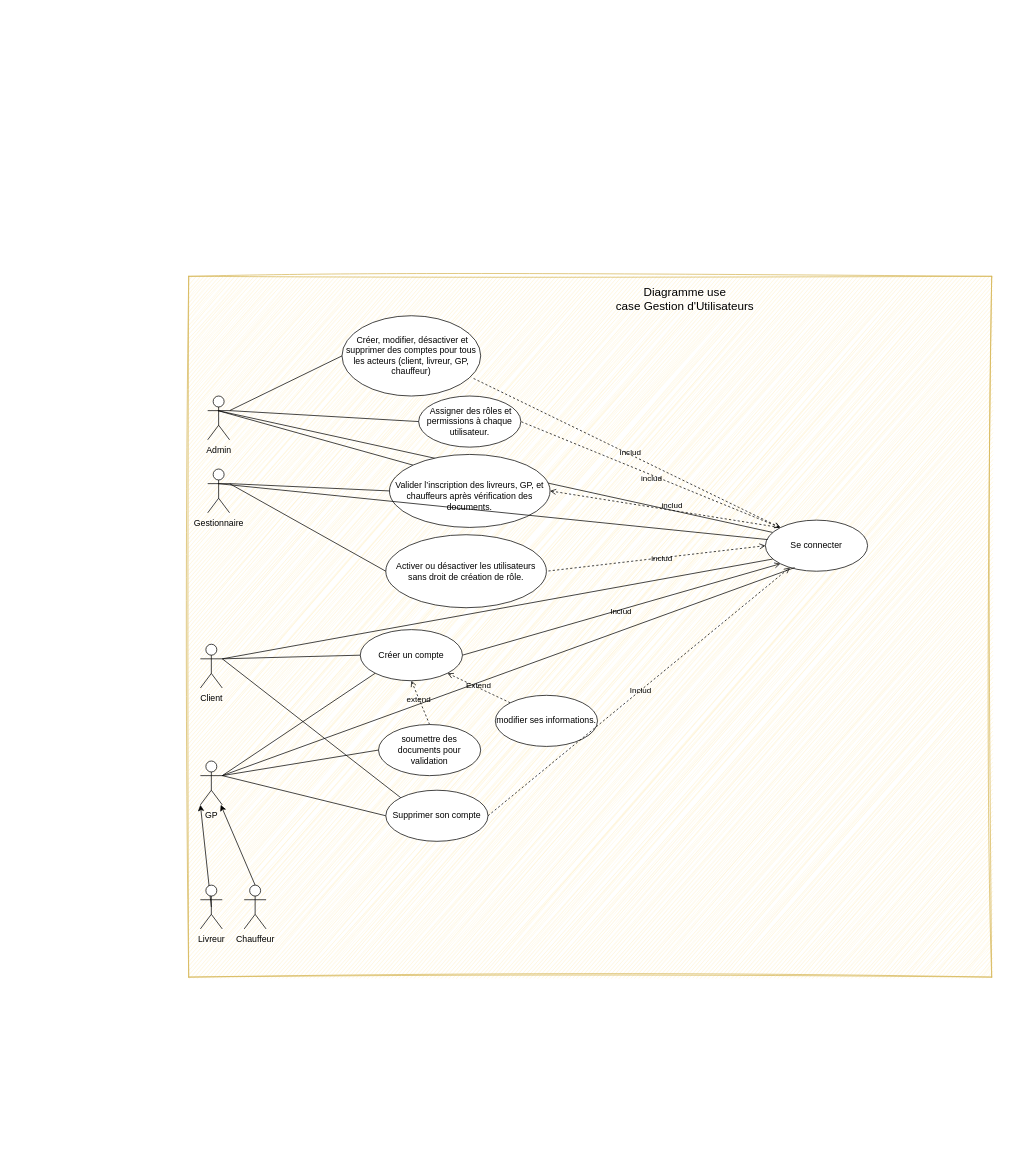
Above: page "UseCase" (2 of 6) of Diagramme sans nom.drawio in BounAbdallah/tuto (draw.io), before the change. Source tidied: cells renumbered, new cells numbered last; positions are measured from the earlier drawing's top-left corner, leaving out a move shared by most shapes. Both pictures are drawn from the tidied source at 73%, with x=0, y=0 at pixel (188, 276).
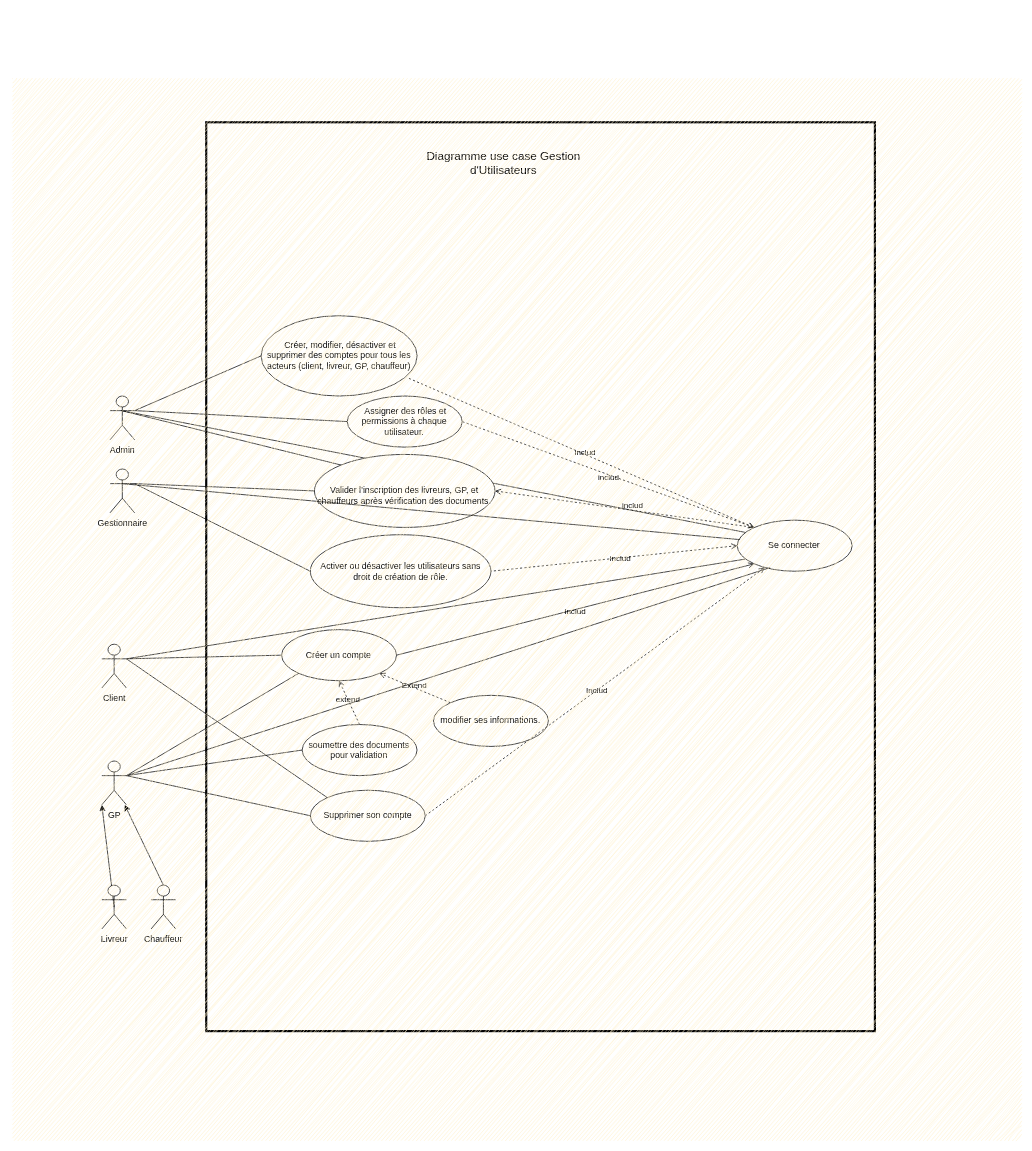
The same page after the edit.

Diff of the diagram source:
```diff
@@
+    <mxCell id="51" style="group;" parent="1" vertex="1">
+      <mxGeometry x="-241" y="-361" width="1380" height="1543" as="geometry" />
+    </mxCell>
+    <mxCell id="52" style="group;fillColor=none;strokeColor=none;rounded=0;gradientColor=none;" parent="51" vertex="1">
+      <mxGeometry x="26" width="1214" height="1456" as="geometry" />
+    </mxCell>
-    <mxCell id="2" style="group;fillColor=#fff2cc;strokeColor=#d6b656;sketch=1;curveFitting=1;jiggle=2;" parent="1" vertex="1">
-      <mxGeometry width="1100" height="960" as="geometry" />
+    <mxCell id="2" style="group;fillColor=none;strokeColor=#000000;rounded=0;gradientColor=none;strokeWidth=3;" parent="51" vertex="1">
+      <mxGeometry x="265" y="150" width="916" height="1245" as="geometry" />
     </mxCell>
-    <mxCell id="3" value="&amp;nbsp;Créer, modifier, désactiver et supprimer des comptes pour tous les acteurs (client, livreur, GP, chauffeur)" style="ellipse;whiteSpace=wrap;html=1;" parent="2" vertex="1">
-      <mxGeometry x="210" y="54" width="190" height="110" as="geometry" />
+    <mxCell id="3" value="&amp;nbsp;Créer, modifier, désactiver et supprimer des comptes pour tous les acteurs (client, livreur, GP, chauffeur)" style="ellipse;whiteSpace=wrap;html=1;" parent="51" vertex="1">
+      <mxGeometry x="340.2" y="415" width="213.7" height="110" as="geometry" />
     </mxCell>
-    <mxCell id="4" style="rounded=0;jettySize=auto;html=1;exitX=0;exitY=0;exitDx=0;exitDy=0;entryX=0.934;entryY=0.769;entryDx=0;entryDy=0;endArrow=none;endFill=0;dashed=1;entryPerimeter=0;startArrow=open;startFill=0;" parent="2" edge="1" source="9" target="3">
+    <mxCell id="4" style="rounded=0;jettySize=auto;html=1;exitX=0;exitY=0;exitDx=0;exitDy=0;entryX=0.934;entryY=0.769;entryDx=0;entryDy=0;endArrow=none;endFill=0;dashed=1;entryPerimeter=0;startArrow=open;startFill=0;" parent="51" edge="1" source="9" target="3">
       <mxGeometry relative="1" as="geometry" />
     </mxCell>
@@
-    <mxCell id="6" style="rounded=0;jettySize=auto;html=1;exitX=0;exitY=0.5;exitDx=0;exitDy=0;entryX=1;entryY=0.5;entryDx=0;entryDy=0;startArrow=open;startFill=0;endArrow=none;endFill=0;dashed=1;" parent="2" edge="1" source="9" target="34">
+    <mxCell id="6" style="rounded=0;jettySize=auto;html=1;exitX=0;exitY=0.5;exitDx=0;exitDy=0;entryX=1;entryY=0.5;entryDx=0;entryDy=0;startArrow=open;startFill=0;endArrow=none;endFill=0;dashed=1;" parent="51" edge="1" source="9" target="34">
       <mxGeometry relative="1" as="geometry" />
     </mxCell>
@@
-    <mxCell id="8" style="rounded=0;jettySize=auto;html=1;exitX=0.072;exitY=0.241;exitDx=0;exitDy=0;endArrow=none;endFill=0;exitPerimeter=0;" parent="2" edge="1" source="9">
+    <mxCell id="8" style="rounded=0;jettySize=auto;html=1;exitX=0.072;exitY=0.241;exitDx=0;exitDy=0;endArrow=none;endFill=0;exitPerimeter=0;" parent="51" edge="1" source="9">
       <mxGeometry relative="1" as="geometry">
-        <mxPoint x="40" y="184" as="targetPoint" />
+        <mxPoint x="149" y="545" as="targetPoint" />
       </mxGeometry>
     </mxCell>
-    <mxCell id="9" value="Se connecter" style="ellipse;whiteSpace=wrap;html=1;" parent="2" vertex="1">
-      <mxGeometry x="790" y="334" width="140" height="70" as="geometry" />
+    <mxCell id="9" value="Se connecter" style="ellipse;whiteSpace=wrap;html=1;" parent="51" vertex="1">
+      <mxGeometry x="992.4" y="695" width="157.4" height="70" as="geometry" />
     </mxCell>
-    <mxCell id="10" style="rounded=0;jettySize=auto;html=1;exitX=0;exitY=0;exitDx=0;exitDy=0;endArrow=none;endFill=0;" parent="2" edge="1" source="13">
+    <mxCell id="10" style="rounded=0;jettySize=auto;html=1;exitX=0;exitY=0;exitDx=0;exitDy=0;endArrow=none;endFill=0;" parent="51" edge="1" source="13">
       <mxGeometry relative="1" as="geometry">
-        <mxPoint x="40" y="184" as="targetPoint" />
+        <mxPoint x="149" y="545" as="targetPoint" />
       </mxGeometry>
     </mxCell>
-    <mxCell id="11" style="rounded=0;jettySize=auto;html=1;exitX=1;exitY=0.5;exitDx=0;exitDy=0;entryX=0;entryY=0;entryDx=0;entryDy=0;startArrow=open;startFill=0;dashed=1;endArrow=none;endFill=0;" parent="2" edge="1" source="13" target="9">
+    <mxCell id="11" style="rounded=0;jettySize=auto;html=1;exitX=1;exitY=0.5;exitDx=0;exitDy=0;entryX=0;entryY=0;entryDx=0;entryDy=0;startArrow=open;startFill=0;dashed=1;endArrow=none;endFill=0;" parent="51" edge="1" source="13" target="9">
       <mxGeometry relative="1" as="geometry" />
     </mxCell>
@@
-    <mxCell id="13" value="&lt;div&gt;&lt;br&gt;&lt;/div&gt;&lt;div&gt;&lt;br&gt;&lt;/div&gt;&lt;div&gt;Valider l’inscription des livreurs, GP, et chauffeurs après vérification des documents.&lt;/div&gt;&lt;div&gt;&lt;br&gt;&lt;/div&gt;" style="ellipse;whiteSpace=wrap;html=1;" parent="2" vertex="1">
-      <mxGeometry x="275" y="244" width="220" height="100" as="geometry" />
+    <mxCell id="13" value="&lt;div&gt;&lt;br&gt;&lt;/div&gt;&lt;div&gt;&lt;br&gt;&lt;/div&gt;&lt;div&gt;Valider l’inscription des livreurs, GP, et chauffeurs après vérification des documents.&lt;/div&gt;&lt;div&gt;&lt;br&gt;&lt;/div&gt;" style="ellipse;whiteSpace=wrap;html=1;" parent="51" vertex="1">
+      <mxGeometry x="413.2" y="605" width="247.4" height="100" as="geometry" />
     </mxCell>
-    <mxCell id="14" value="&amp;nbsp;Assigner des rôles et permissions à chaque utilisateur." style="ellipse;whiteSpace=wrap;html=1;" parent="2" vertex="1">
-      <mxGeometry x="315" y="164" width="140" height="70" as="geometry" />
+    <mxCell id="14" value="&amp;nbsp;Assigner des rôles et permissions à chaque utilisateur." style="ellipse;whiteSpace=wrap;html=1;" parent="51" vertex="1">
+      <mxGeometry x="458.2" y="525" width="157.4" height="70" as="geometry" />
     </mxCell>
-    <mxCell id="15" style="rounded=0;jettySize=auto;html=1;exitX=1;exitY=0.5;exitDx=0;exitDy=0;entryX=0;entryY=1;entryDx=0;entryDy=0;endArrow=open;endFill=0;startArrow=none;startFill=0;" parent="2" edge="1" source="17" target="9">
+    <mxCell id="15" style="rounded=0;jettySize=auto;html=1;exitX=1;exitY=0.5;exitDx=0;exitDy=0;entryX=0;entryY=1;entryDx=0;entryDy=0;endArrow=open;endFill=0;startArrow=none;startFill=0;" parent="51" edge="1" source="17" target="9">
       <mxGeometry relative="1" as="geometry" />
     </mxCell>
@@
-    <mxCell id="17" value="Créer un compte" style="ellipse;whiteSpace=wrap;html=1;" parent="2" vertex="1">
-      <mxGeometry x="235" y="484" width="140" height="70" as="geometry" />
+    <mxCell id="17" value="Créer un compte" style="ellipse;whiteSpace=wrap;html=1;" parent="51" vertex="1">
+      <mxGeometry x="368.3" y="845" width="157.4" height="70" as="geometry" />
     </mxCell>
-    <mxCell id="18" style="rounded=0;jettySize=auto;html=1;exitX=1;exitY=0.3333333333333333;exitDx=0;exitDy=0;exitPerimeter=0;entryX=0;entryY=0.5;entryDx=0;entryDy=0;endArrow=none;endFill=0;" parent="2" edge="1" source="19" target="3">
+    <mxCell id="18" style="rounded=0;jettySize=auto;html=1;exitX=1;exitY=0.3333333333333333;exitDx=0;exitDy=0;exitPerimeter=0;entryX=0;entryY=0.5;entryDx=0;entryDy=0;endArrow=none;endFill=0;" parent="51" edge="1" source="19" target="3">
       <mxGeometry relative="1" as="geometry" />
     </mxCell>
-    <mxCell id="19" value="Admin" style="shape=umlActor;html=1;verticalLabelPosition=bottom;verticalAlign=top;align=center;" parent="2" vertex="1">
-      <mxGeometry x="26" y="164" width="30" height="60" as="geometry" />
+    <mxCell id="19" value="Admin" style="shape=umlActor;html=1;verticalLabelPosition=bottom;verticalAlign=top;align=center;" parent="51" vertex="1">
+      <mxGeometry x="133.2" y="525" width="33.7" height="60" as="geometry" />
     </mxCell>
-    <mxCell id="20" style="rounded=0;jettySize=auto;html=1;exitX=0;exitY=0;exitDx=0;exitDy=0;entryX=1;entryY=0.5;entryDx=0;entryDy=0;endArrow=none;endFill=0;dashed=1;startArrow=open;startFill=0;" parent="2" edge="1" source="9" target="14">
+    <mxCell id="20" style="rounded=0;jettySize=auto;html=1;exitX=0;exitY=0;exitDx=0;exitDy=0;entryX=1;entryY=0.5;entryDx=0;entryDy=0;endArrow=none;endFill=0;dashed=1;startArrow=open;startFill=0;" parent="51" edge="1" source="9" target="14">
       <mxGeometry relative="1" as="geometry" />
     </mxCell>
@@
-    <mxCell id="22" value="&lt;font style=&quot;font-size: 16px;&quot;&gt;Diagramme use case&amp;nbsp;&lt;/font&gt;&lt;span style=&quot;background-color: initial; font-size: 16px;&quot;&gt;Gestion d'Utilisateurs&lt;/span&gt;&lt;div&gt;&lt;br&gt;&lt;/div&gt;" style="text;html=1;align=center;verticalAlign=middle;whiteSpace=wrap;rounded=0;" parent="2" vertex="1">
-      <mxGeometry x="580" y="24" width="200" height="30" as="geometry" />
+    <mxCell id="22" value="&lt;font style=&quot;font-size: 16px;&quot;&gt;Diagramme use case&amp;nbsp;&lt;/font&gt;&lt;span style=&quot;background-color: initial; font-size: 16px;&quot;&gt;Gestion d'Utilisateurs&lt;/span&gt;&lt;div&gt;&lt;br&gt;&lt;/div&gt;" style="text;html=1;align=center;verticalAlign=middle;whiteSpace=wrap;rounded=0;" parent="51" vertex="1">
+      <mxGeometry x="560" y="198" width="224.9" height="30" as="geometry" />
     </mxCell>
-    <mxCell id="23" style="rounded=0;jettySize=auto;html=1;exitX=1;exitY=0.3333333333333333;exitDx=0;exitDy=0;exitPerimeter=0;entryX=0;entryY=0.5;entryDx=0;entryDy=0;endArrow=none;endFill=0;" parent="2" edge="1" source="24" target="13">
+    <mxCell id="23" style="rounded=0;jettySize=auto;html=1;exitX=1;exitY=0.3333333333333333;exitDx=0;exitDy=0;exitPerimeter=0;entryX=0;entryY=0.5;entryDx=0;entryDy=0;endArrow=none;endFill=0;" parent="51" edge="1" source="24" target="13">
       <mxGeometry relative="1" as="geometry" />
     </mxCell>
-    <mxCell id="24" value="Gestionnaire" style="shape=umlActor;html=1;verticalLabelPosition=bottom;verticalAlign=top;align=center;" parent="2" vertex="1">
-      <mxGeometry x="26" y="264" width="30" height="60" as="geometry" />
+    <mxCell id="24" value="Gestionnaire" style="shape=umlActor;html=1;verticalLabelPosition=bottom;verticalAlign=top;align=center;" parent="51" vertex="1">
+      <mxGeometry x="133.2" y="625" width="33.7" height="60" as="geometry" />
     </mxCell>
-    <mxCell id="25" style="rounded=0;jettySize=auto;html=1;exitX=1;exitY=0.3333333333333333;exitDx=0;exitDy=0;exitPerimeter=0;entryX=0;entryY=0.5;entryDx=0;entryDy=0;endArrow=none;endFill=0;" parent="2" edge="1" source="26" target="17">
+    <mxCell id="25" style="rounded=0;jettySize=auto;html=1;exitX=1;exitY=0.3333333333333333;exitDx=0;exitDy=0;exitPerimeter=0;entryX=0;entryY=0.5;entryDx=0;entryDy=0;endArrow=none;endFill=0;" parent="51" edge="1" source="26" target="17">
       <mxGeometry relative="1" as="geometry" />
     </mxCell>
-    <mxCell id="26" value="Client" style="shape=umlActor;html=1;verticalLabelPosition=bottom;verticalAlign=top;align=center;" parent="2" vertex="1">
-      <mxGeometry x="16" y="504" width="30" height="60" as="geometry" />
+    <mxCell id="26" value="Client" style="shape=umlActor;html=1;verticalLabelPosition=bottom;verticalAlign=top;align=center;" parent="51" vertex="1">
+      <mxGeometry x="122" y="865" width="33.7" height="60" as="geometry" />
     </mxCell>
-    <mxCell id="27" style="rounded=0;jettySize=auto;html=1;exitX=1;exitY=0.3333333333333333;exitDx=0;exitDy=0;exitPerimeter=0;entryX=0;entryY=1;entryDx=0;entryDy=0;endArrow=none;endFill=0;" parent="2" edge="1" source="30" target="17">
+    <mxCell id="27" style="rounded=0;jettySize=auto;html=1;exitX=1;exitY=0.3333333333333333;exitDx=0;exitDy=0;exitPerimeter=0;entryX=0;entryY=1;entryDx=0;entryDy=0;endArrow=none;endFill=0;" parent="51" edge="1" source="30" target="17">
       <mxGeometry relative="1" as="geometry" />
     </mxCell>
-    <mxCell id="28" style="rounded=0;jettySize=auto;html=1;exitX=1;exitY=0.3333333333333333;exitDx=0;exitDy=0;exitPerimeter=0;entryX=0;entryY=0.5;entryDx=0;entryDy=0;endArrow=none;endFill=0;" parent="2" edge="1" source="30" target="44">
+    <mxCell id="28" style="rounded=0;jettySize=auto;html=1;exitX=1;exitY=0.3333333333333333;exitDx=0;exitDy=0;exitPerimeter=0;entryX=0;entryY=0.5;entryDx=0;entryDy=0;endArrow=none;endFill=0;" parent="51" edge="1" source="30" target="44">
       <mxGeometry relative="1" as="geometry" />
     </mxCell>
-    <mxCell id="29" style="rounded=0;jettySize=auto;html=1;exitX=1;exitY=0.3333333333333333;exitDx=0;exitDy=0;exitPerimeter=0;entryX=0;entryY=0.5;entryDx=0;entryDy=0;endArrow=none;endFill=0;" parent="2" edge="1" source="30" target="49">
+    <mxCell id="29" style="rounded=0;jettySize=auto;html=1;exitX=1;exitY=0.3333333333333333;exitDx=0;exitDy=0;exitPerimeter=0;entryX=0;entryY=0.5;entryDx=0;entryDy=0;endArrow=none;endFill=0;" parent="51" edge="1" source="30" target="49">
       <mxGeometry relative="1" as="geometry" />
     </mxCell>
-    <mxCell id="30" value="GP" style="shape=umlActor;html=1;verticalLabelPosition=bottom;verticalAlign=top;align=center;" parent="2" vertex="1">
-      <mxGeometry x="16" y="664" width="30" height="60" as="geometry" />
+    <mxCell id="30" value="GP" style="shape=umlActor;html=1;verticalLabelPosition=bottom;verticalAlign=top;align=center;" parent="51" vertex="1">
+      <mxGeometry x="122" y="1025" width="33.7" height="60" as="geometry" />
     </mxCell>
-    <mxCell id="31" style="rounded=0;jettySize=auto;html=1;exitX=0.5;exitY=0.5;exitDx=0;exitDy=0;exitPerimeter=0;entryX=0;entryY=1;entryDx=0;entryDy=0;entryPerimeter=0;" parent="2" edge="1" source="32" target="30">
+    <mxCell id="31" style="rounded=0;jettySize=auto;html=1;exitX=0.5;exitY=0.5;exitDx=0;exitDy=0;exitPerimeter=0;entryX=0;entryY=1;entryDx=0;entryDy=0;entryPerimeter=0;" parent="51" edge="1" source="32" target="30">
       <mxGeometry relative="1" as="geometry" />
     </mxCell>
-    <mxCell id="32" value="Livreur" style="shape=umlActor;html=1;verticalLabelPosition=bottom;verticalAlign=top;align=center;" parent="2" vertex="1">
-      <mxGeometry x="16" y="834" width="30" height="60" as="geometry" />
+    <mxCell id="32" value="Livreur" style="shape=umlActor;html=1;verticalLabelPosition=bottom;verticalAlign=top;align=center;" parent="51" vertex="1">
+      <mxGeometry x="122" y="1195" width="33.7" height="60" as="geometry" />
     </mxCell>
-    <mxCell id="33" style="rounded=0;jettySize=auto;html=1;exitX=0;exitY=0.5;exitDx=0;exitDy=0;entryX=1;entryY=0.3333333333333333;entryDx=0;entryDy=0;entryPerimeter=0;endArrow=none;endFill=0;" parent="2" edge="1" source="14" target="19">
+    <mxCell id="33" style="rounded=0;jettySize=auto;html=1;exitX=0;exitY=0.5;exitDx=0;exitDy=0;entryX=1;entryY=0.3333333333333333;entryDx=0;entryDy=0;entryPerimeter=0;endArrow=none;endFill=0;" parent="51" edge="1" source="14" target="19">
       <mxGeometry relative="1" as="geometry" />
     </mxCell>
-    <mxCell id="34" value="&lt;div&gt;&lt;span style=&quot;background-color: initial;&quot;&gt;Activer ou désactiver les utilisateurs sans droit de création de rôle.&lt;/span&gt;&lt;br&gt;&lt;/div&gt;" style="ellipse;whiteSpace=wrap;html=1;" parent="2" vertex="1">
-      <mxGeometry x="270" y="354" width="220" height="100" as="geometry" />
+    <mxCell id="34" value="&lt;div&gt;&lt;span style=&quot;background-color: initial;&quot;&gt;Activer ou désactiver les utilisateurs sans droit de création de rôle.&lt;/span&gt;&lt;br&gt;&lt;/div&gt;" style="ellipse;whiteSpace=wrap;html=1;" parent="51" vertex="1">
+      <mxGeometry x="407.6" y="715" width="247.4" height="100" as="geometry" />
     </mxCell>
-    <mxCell id="35" style="rounded=0;jettySize=auto;html=1;exitX=0;exitY=0.5;exitDx=0;exitDy=0;entryX=1;entryY=0.3333333333333333;entryDx=0;entryDy=0;entryPerimeter=0;endArrow=none;endFill=0;" parent="2" edge="1" source="34" target="24">
+    <mxCell id="35" style="rounded=0;jettySize=auto;html=1;exitX=0;exitY=0.5;exitDx=0;exitDy=0;entryX=1;entryY=0.3333333333333333;entryDx=0;entryDy=0;entryPerimeter=0;endArrow=none;endFill=0;" parent="51" edge="1" source="34" target="24">
       <mxGeometry relative="1" as="geometry" />
     </mxCell>
-    <mxCell id="36" style="rounded=0;jettySize=auto;html=1;exitX=0.022;exitY=0.381;exitDx=0;exitDy=0;endArrow=none;endFill=0;exitPerimeter=0;" parent="2" edge="1" source="9">
+    <mxCell id="36" style="rounded=0;jettySize=auto;html=1;exitX=0.022;exitY=0.381;exitDx=0;exitDy=0;endArrow=none;endFill=0;exitPerimeter=0;" parent="51" edge="1" source="9">
       <mxGeometry relative="1" as="geometry">
-        <mxPoint x="40" y="284" as="targetPoint" />
+        <mxPoint x="149" y="645" as="targetPoint" />
       </mxGeometry>
     </mxCell>
-    <mxCell id="37" style="rounded=0;jettySize=auto;html=1;exitX=1;exitY=0.3333333333333333;exitDx=0;exitDy=0;exitPerimeter=0;endArrow=none;endFill=0;entryX=0.071;entryY=0.762;entryDx=0;entryDy=0;entryPerimeter=0;" parent="2" edge="1" source="26" target="9">
+    <mxCell id="37" style="rounded=0;jettySize=auto;html=1;exitX=1;exitY=0.3333333333333333;exitDx=0;exitDy=0;exitPerimeter=0;endArrow=none;endFill=0;entryX=0.071;entryY=0.762;entryDx=0;entryDy=0;entryPerimeter=0;" parent="51" edge="1" source="26" target="9">
       <mxGeometry relative="1" as="geometry" />
     </mxCell>
-    <mxCell id="38" style="rounded=0;jettySize=auto;html=1;exitX=0;exitY=0;exitDx=0;exitDy=0;entryX=1;entryY=1;entryDx=0;entryDy=0;startArrow=none;startFill=0;dashed=1;endArrow=open;endFill=0;" parent="2" edge="1" source="40" target="17">
+    <mxCell id="38" style="rounded=0;jettySize=auto;html=1;exitX=0;exitY=0;exitDx=0;exitDy=0;entryX=1;entryY=1;entryDx=0;entryDy=0;startArrow=none;startFill=0;dashed=1;endArrow=open;endFill=0;" parent="51" edge="1" source="40" target="17">
       <mxGeometry relative="1" as="geometry" />
     </mxCell>
@@
-    <mxCell id="40" value="modifier ses informations." style="ellipse;whiteSpace=wrap;html=1;" parent="2" vertex="1">
-      <mxGeometry x="420" y="574" width="140" height="70" as="geometry" />
+    <mxCell id="40" value="modifier ses informations." style="ellipse;whiteSpace=wrap;html=1;" parent="51" vertex="1">
+      <mxGeometry x="576.3" y="935" width="157.4" height="70" as="geometry" />
     </mxCell>
-    <mxCell id="41" style="rounded=0;jettySize=auto;html=1;exitX=1;exitY=0.3333333333333333;exitDx=0;exitDy=0;exitPerimeter=0;entryX=0.286;entryY=0.929;entryDx=0;entryDy=0;entryPerimeter=0;endArrow=none;endFill=0;" parent="2" edge="1" source="30" target="9">
+    <mxCell id="41" style="rounded=0;jettySize=auto;html=1;exitX=1;exitY=0.3333333333333333;exitDx=0;exitDy=0;exitPerimeter=0;entryX=0.286;entryY=0.929;entryDx=0;entryDy=0;entryPerimeter=0;endArrow=none;endFill=0;" parent="51" edge="1" source="30" target="9">
       <mxGeometry relative="1" as="geometry" />
     </mxCell>
-    <mxCell id="42" style="rounded=0;jettySize=auto;html=1;exitX=0.5;exitY=0;exitDx=0;exitDy=0;entryX=0.5;entryY=1;entryDx=0;entryDy=0;endArrow=open;endFill=0;dashed=1;" parent="2" edge="1" source="44" target="17">
+    <mxCell id="42" style="rounded=0;jettySize=auto;html=1;exitX=0.5;exitY=0;exitDx=0;exitDy=0;entryX=0.5;entryY=1;entryDx=0;entryDy=0;endArrow=open;endFill=0;dashed=1;" parent="51" edge="1" source="44" target="17">
       <mxGeometry relative="1" as="geometry" />
     </mxCell>
@@
-    <mxCell id="44" value="soumettre des documents pour validation" style="ellipse;whiteSpace=wrap;html=1;" parent="2" vertex="1">
-      <mxGeometry x="260" y="614" width="140" height="70" as="geometry" />
+    <mxCell id="44" value="soumettre des documents pour validation" style="ellipse;whiteSpace=wrap;html=1;" parent="51" vertex="1">
+      <mxGeometry x="396.4" y="975" width="157.4" height="70" as="geometry" />
     </mxCell>
-    <mxCell id="45" style="rounded=0;jettySize=auto;html=1;exitX=0.5;exitY=0;exitDx=0;exitDy=0;exitPerimeter=0;" parent="2" edge="1" source="46" target="30">
+    <mxCell id="45" style="rounded=0;jettySize=auto;html=1;exitX=0.5;exitY=0;exitDx=0;exitDy=0;exitPerimeter=0;" parent="51" edge="1" source="46" target="30">
       <mxGeometry relative="1" as="geometry" />
     </mxCell>
-    <mxCell id="46" value="Chauffeur" style="shape=umlActor;html=1;verticalLabelPosition=bottom;verticalAlign=top;align=center;" parent="2" vertex="1">
-      <mxGeometry x="76" y="834" width="30" height="60" as="geometry" />
+    <mxCell id="46" value="Chauffeur" style="shape=umlActor;html=1;verticalLabelPosition=bottom;verticalAlign=top;align=center;" parent="51" vertex="1">
+      <mxGeometry x="189.5" y="1195" width="33.7" height="60" as="geometry" />
     </mxCell>
-    <mxCell id="47" style="rounded=0;jettySize=auto;html=1;exitX=1;exitY=0.5;exitDx=0;exitDy=0;endArrow=open;endFill=0;dashed=1;" parent="2" edge="1" source="49" target="9">
+    <mxCell id="47" style="rounded=0;jettySize=auto;html=1;exitX=1;exitY=0.5;exitDx=0;exitDy=0;endArrow=open;endFill=0;dashed=1;" parent="51" edge="1" source="49" target="9">
       <mxGeometry relative="1" as="geometry" />
     </mxCell>
@@
-    <mxCell id="49" value="Supprimer son compte" style="ellipse;whiteSpace=wrap;html=1;" parent="2" vertex="1">
-      <mxGeometry x="270" y="704" width="140" height="70" as="geometry" />
+    <mxCell id="49" value="Supprimer son compte" style="ellipse;whiteSpace=wrap;html=1;" parent="51" vertex="1">
+      <mxGeometry x="407.6" y="1065" width="157.4" height="70" as="geometry" />
     </mxCell>
-    <mxCell id="50" style="rounded=0;jettySize=auto;html=1;exitX=0;exitY=0;exitDx=0;exitDy=0;entryX=1;entryY=0.3333333333333333;entryDx=0;entryDy=0;entryPerimeter=0;endArrow=none;endFill=0;" parent="2" edge="1" source="49" target="26">
+    <mxCell id="50" style="rounded=0;jettySize=auto;html=1;exitX=0;exitY=0;exitDx=0;exitDy=0;entryX=1;entryY=0.3333333333333333;entryDx=0;entryDy=0;entryPerimeter=0;endArrow=none;endFill=0;" parent="51" edge="1" source="49" target="26">
       <mxGeometry relative="1" as="geometry" />
     </mxCell>
+    <mxCell id="53" style="group;fillColor=#fff2cc;strokeColor=none;sketch=1;curveFitting=1;jiggle=2;" parent="51" vertex="1">
+      <mxGeometry y="90" width="1380" height="1453" as="geometry" />
+    </mxCell>
```
